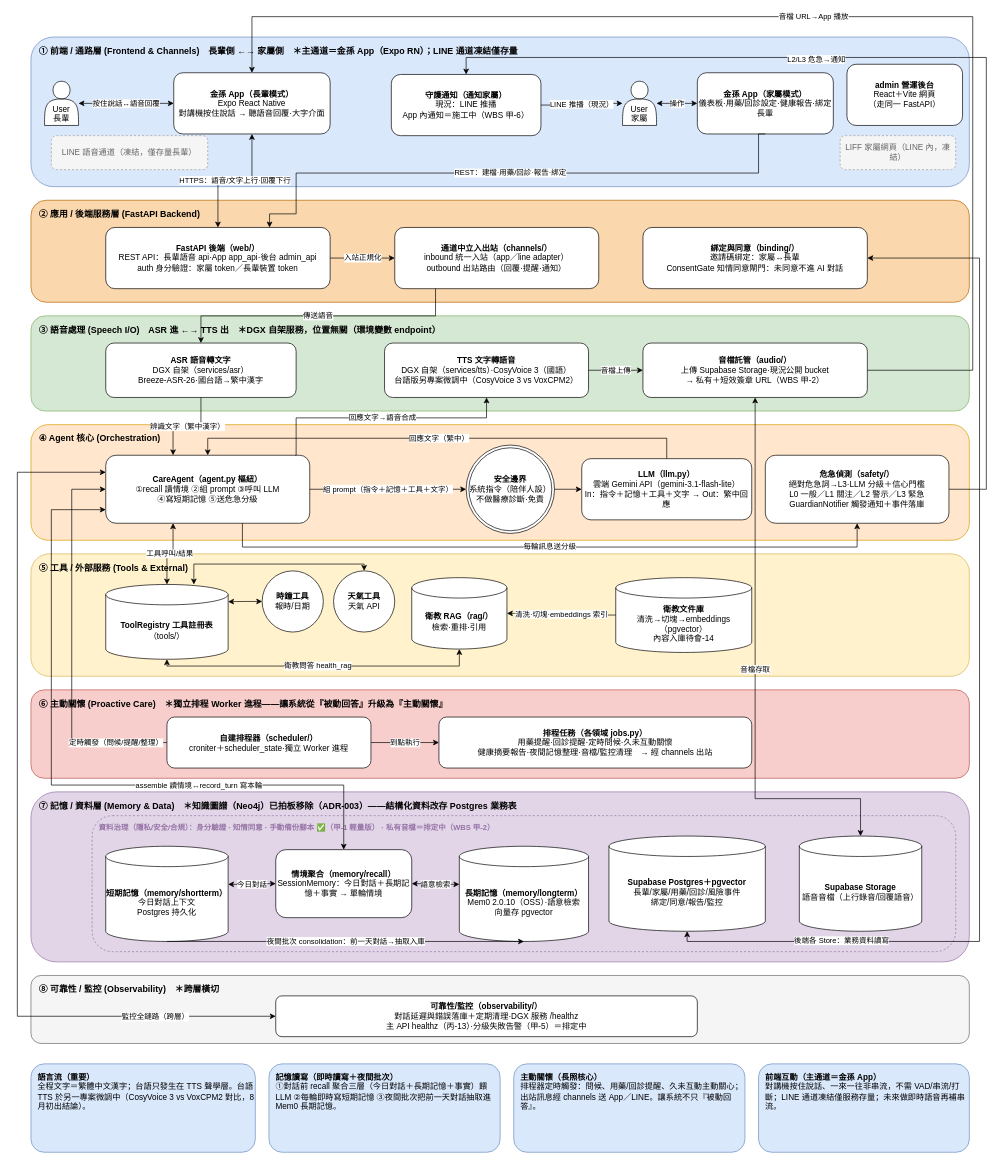
This is docs/長輩看護系統架構-分層版.drawio from leo53021313/kinsun, a draw.io file, before an edit. Source tidied: cells renumbered, new cells numbered last; positions are measured from the earlier drawing's top-left corner, leaving out a move shared by most shapes. Both pictures are drawn from the tidied source at 68%, with x=0, y=0 at pixel (17, 16).
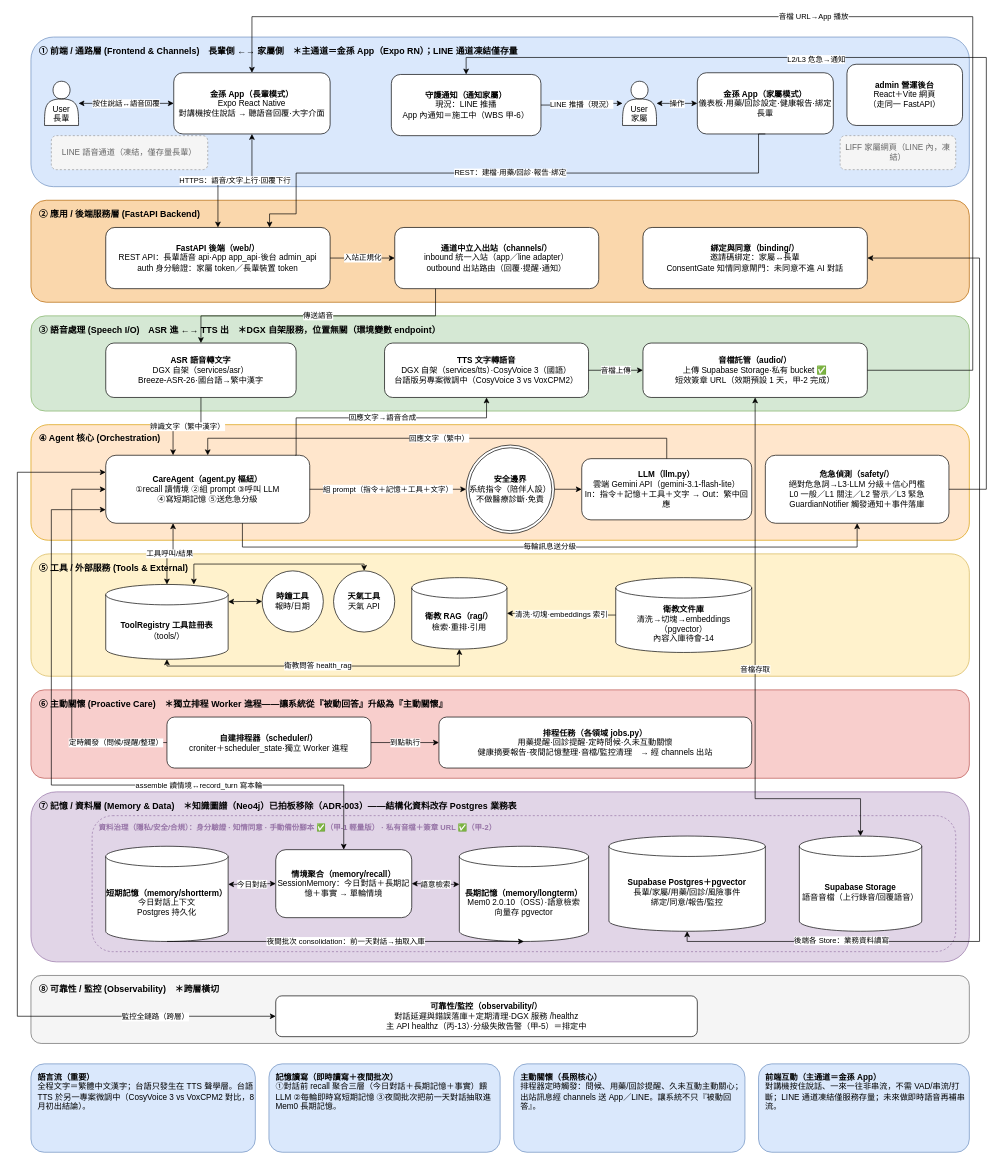
Above is the later version.

Commit message (it also covers changes not shown here):
feat(audio): 音檔改私有 bucket＋短效簽章 URL（甲-2，D-55）

The edit, as a diff of the source:
```diff
@@
-    <mxCell id="23" value="&lt;b&gt;音檔託管（audio/）&lt;/b&gt;&lt;div&gt;上傳 Supabase Storage·現況公開 bucket&lt;/div&gt;&lt;div&gt;→ 私有＋短效簽章 URL（WBS 甲-2）&lt;/div&gt;" style="rounded=1;whiteSpace=wrap;html=1;" parent="1" vertex="1">
+    <mxCell id="23" value="&lt;b&gt;音檔託管（audio/）&lt;/b&gt;&lt;div&gt;上傳 Supabase Storage·私有 bucket ✅&lt;/div&gt;&lt;div&gt;短效簽章 URL（效期預設 1 天，甲-2 完成）&lt;/div&gt;" style="rounded=1;whiteSpace=wrap;html=1;" parent="1" vertex="1">
       <mxGeometry x="920" y="480" width="330" height="80" as="geometry" />
     </mxCell>
@@
-    <mxCell id="35" value="資料治理（隱私/安全/合規）：身分驗證 · 知情同意 · 手動備份腳本 ✅（甲-1 輕量版） · 私有音檔＝排定中（WBS 甲-2）" style="rounded=1;whiteSpace=wrap;html=1;dashed=1;strokeColor=#9673a6;fillColor=none;verticalAlign=top;align=left;fontColor=#9673a6;fontStyle=1;fontSize=11;spacingLeft=8;spacingTop=4;" parent="1" vertex="1">
+    <mxCell id="35" value="資料治理（隱私/安全/合規）：身分驗證 · 知情同意 · 手動備份腳本 ✅（甲-1 輕量版） · 私有音檔＋簽章 URL ✅（甲-2）" style="rounded=1;whiteSpace=wrap;html=1;dashed=1;strokeColor=#9673a6;fillColor=none;verticalAlign=top;align=left;fontColor=#9673a6;fontStyle=1;fontSize=11;spacingLeft=8;spacingTop=4;" parent="1" vertex="1">
       <mxGeometry x="110" y="1175" width="1270" height="200" as="geometry" />
     </mxCell>
```
